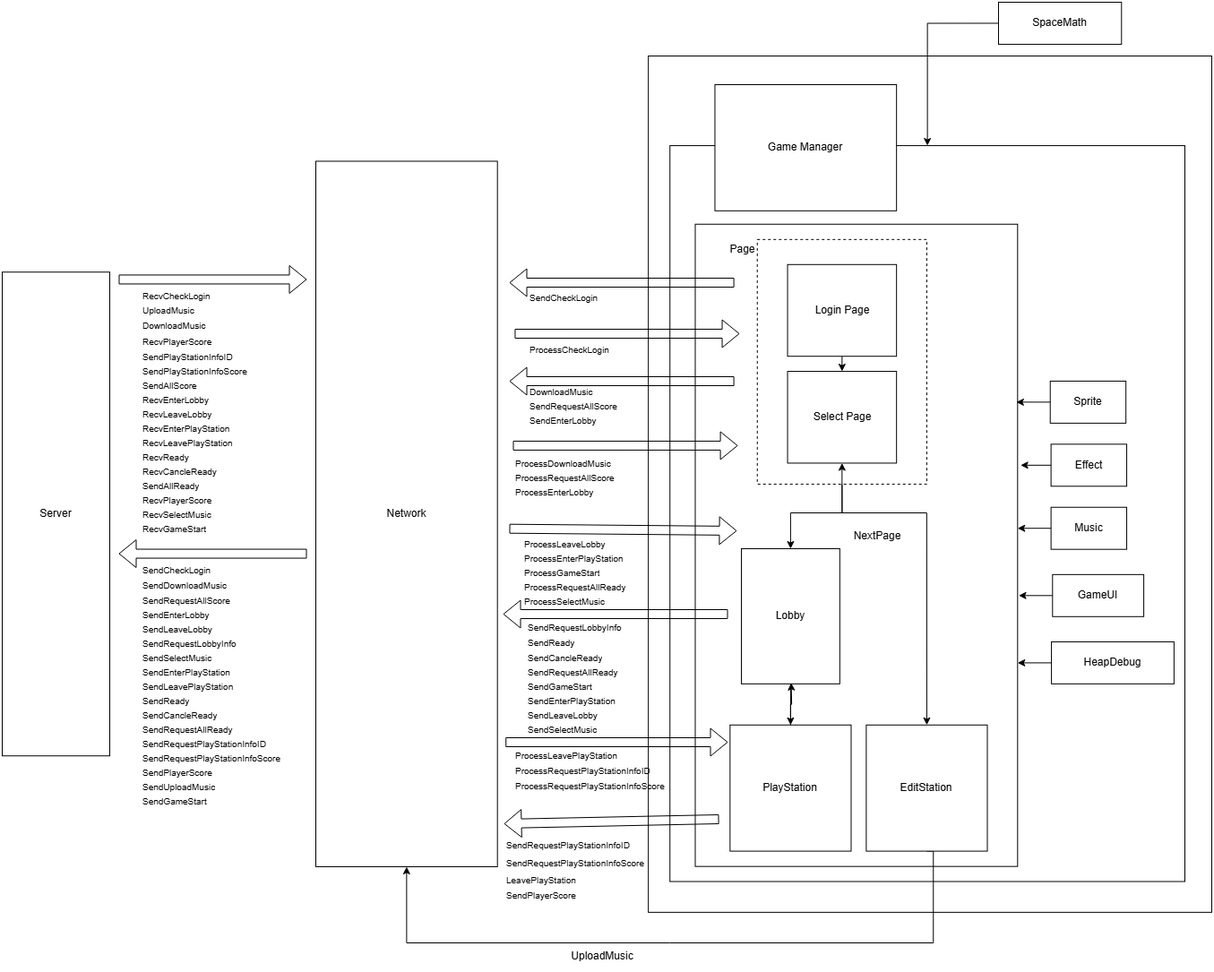
Before: drawio/HLD2.drawio (1).png, a diagram exported from draw.io (rmrgns/NetGameTeamProject). Source tidied: cells renumbered, new cells last; positions are measured from the earlier drawing's top-left corner, leaving out a move shared by most shapes.
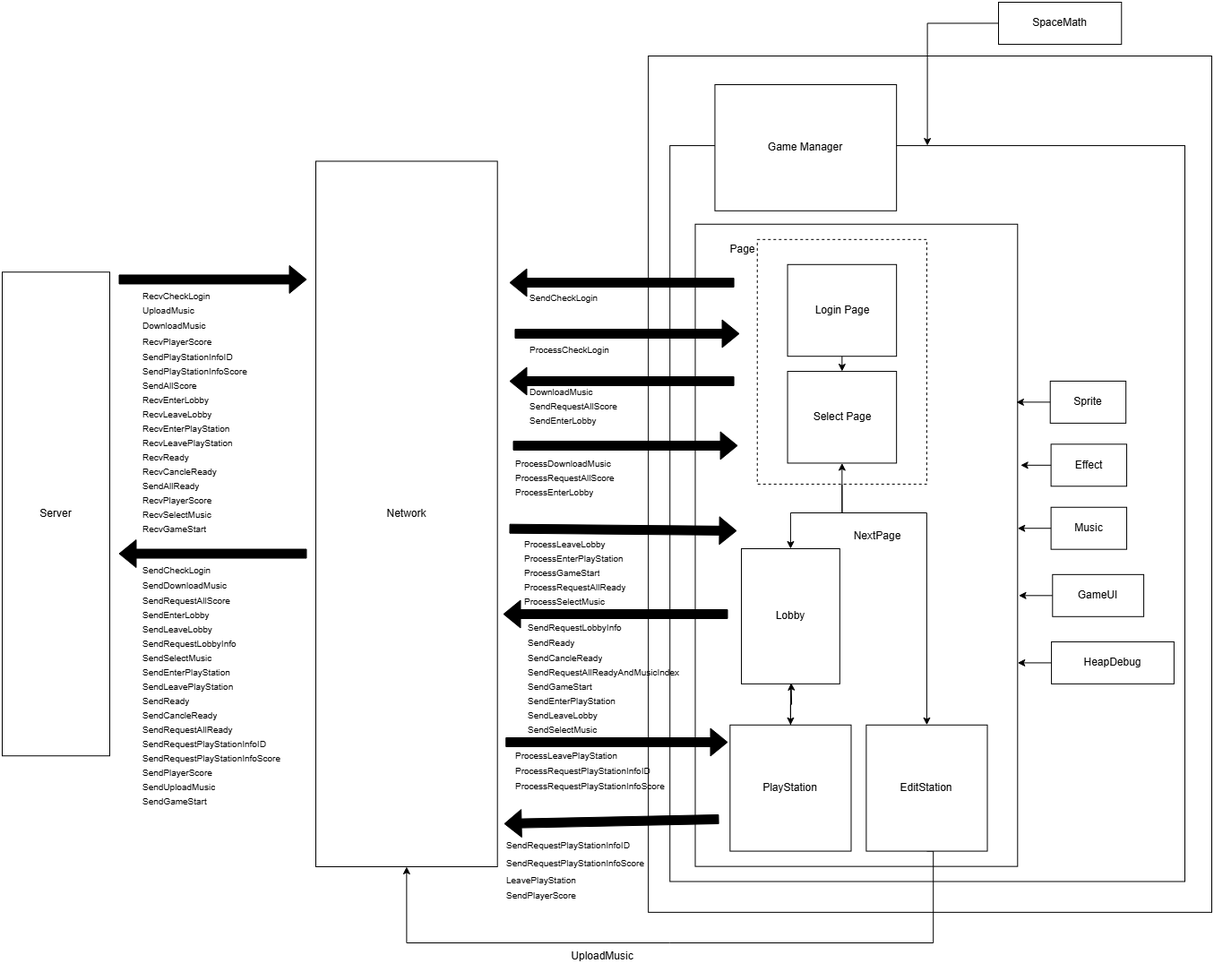
The same diagram one commit later.

Commit message:
Update 추진계획서

Diff of the diagram source:
```diff
@@ -159,13 +159,13 @@
     <mxCell id="45" value="SendPlayerScore" style="shape=partialRectangle;html=1;whiteSpace=wrap;strokeColor=inherit;overflow=hidden;fillColor=none;top=0;left=0;bottom=0;right=0;fontSize=10;align=left;spacingLeft=5;" parent="44" vertex="1">
       <mxGeometry width="204" height="16" as="geometry" />
     </mxCell>
-    <mxCell id="46" style="shape=flexArrow;endArrow=classic;html=1;rounded=0;" parent="1" edge="1">
+    <mxCell id="46" style="shape=flexArrow;endArrow=classic;html=1;rounded=0;fillColor=#000000;" parent="1" edge="1">
       <mxGeometry relative="1" as="geometry">
         <mxPoint x="800" y="912" as="sourcePoint" />
         <mxPoint x="560" y="917" as="targetPoint" />
       </mxGeometry>
     </mxCell>
-    <mxCell id="47" style="shape=flexArrow;endArrow=classic;html=1;rounded=0;" parent="1" edge="1">
+    <mxCell id="47" style="shape=flexArrow;endArrow=classic;html=1;rounded=0;fillColor=#000000;" parent="1" edge="1">
       <mxGeometry relative="1" as="geometry">
         <mxPoint x="561.8" y="826" as="sourcePoint" />
         <mxPoint x="810" y="826" as="targetPoint" />
@@ -192,68 +192,68 @@
     <mxCell id="54" value="ProcessRequestPlayStationInfoScore" style="shape=partialRectangle;html=1;whiteSpace=wrap;strokeColor=inherit;overflow=hidden;fillColor=none;top=0;left=0;bottom=0;right=0;fontSize=10;align=left;spacingLeft=5;" parent="53" vertex="1">
       <mxGeometry width="184" height="16" as="geometry" />
     </mxCell>
-    <mxCell id="55" style="shape=flexArrow;endArrow=classic;html=1;rounded=0;" parent="1" edge="1">
+    <mxCell id="55" style="shape=flexArrow;endArrow=classic;html=1;rounded=0;fillColor=#000000;" parent="1" edge="1">
       <mxGeometry relative="1" as="geometry">
         <mxPoint x="566" y="587.7" as="sourcePoint" />
         <mxPoint x="820" y="590" as="targetPoint" />
       </mxGeometry>
     </mxCell>
-    <mxCell id="56" style="shape=flexArrow;endArrow=classic;html=1;rounded=0;" parent="1" edge="1">
+    <mxCell id="56" style="shape=flexArrow;endArrow=classic;html=1;rounded=0;fillColor=#000000;" parent="1" edge="1">
       <mxGeometry relative="1" as="geometry">
         <mxPoint x="810" y="683" as="sourcePoint" />
         <mxPoint x="559" y="683" as="targetPoint" />
       </mxGeometry>
     </mxCell>
     <mxCell id="57" style="shape=table;startSize=0;fontSize=11;fillColor=none;strokeColor=none;" parent="1" vertex="1">
-      <mxGeometry x="580" y="690.4" width="127.3" height="130" as="geometry" />
+      <mxGeometry x="580" y="690.4" width="210" height="130" as="geometry" />
     </mxCell>
     <mxCell id="58" style="shape=tableRow;horizontal=0;startSize=0;swimlaneHead=0;swimlaneBody=0;strokeColor=inherit;top=0;left=0;bottom=0;right=0;fillColor=none;fontSize=16;" parent="57" vertex="1">
-      <mxGeometry width="127.3" height="16" as="geometry" />
+      <mxGeometry width="210" height="16" as="geometry" />
     </mxCell>
     <mxCell id="59" value="SendRequestLobbyInfo" style="shape=partialRectangle;html=1;whiteSpace=wrap;strokeColor=inherit;overflow=hidden;fillColor=none;top=0;left=0;bottom=0;right=0;fontSize=10;align=left;spacingLeft=5;" parent="58" vertex="1">
-      <mxGeometry width="127" height="16" as="geometry" />
+      <mxGeometry width="210" height="16" as="geometry" />
     </mxCell>
     <mxCell id="60" style="shape=tableRow;horizontal=0;startSize=0;swimlaneHead=0;swimlaneBody=0;strokeColor=inherit;top=0;left=0;bottom=0;right=0;fillColor=none;fontSize=16;" parent="57" vertex="1">
-      <mxGeometry y="16" width="127.3" height="18" as="geometry" />
+      <mxGeometry y="16" width="210" height="18" as="geometry" />
     </mxCell>
     <mxCell id="61" value="SendReady" style="shape=partialRectangle;html=1;whiteSpace=wrap;strokeColor=inherit;overflow=hidden;fillColor=none;top=0;left=0;bottom=0;right=0;fontSize=10;align=left;spacingLeft=5;" parent="60" vertex="1">
-      <mxGeometry width="127" height="18" as="geometry" />
+      <mxGeometry width="210" height="18" as="geometry" />
     </mxCell>
     <mxCell id="62" style="shape=tableRow;horizontal=0;startSize=0;swimlaneHead=0;swimlaneBody=0;strokeColor=inherit;top=0;left=0;bottom=0;right=0;fillColor=none;fontSize=16;" parent="57" vertex="1">
-      <mxGeometry y="34" width="127.3" height="16" as="geometry" />
+      <mxGeometry y="34" width="210" height="16" as="geometry" />
     </mxCell>
     <mxCell id="63" value="SendCancleReady" style="shape=partialRectangle;html=1;whiteSpace=wrap;strokeColor=inherit;overflow=hidden;fillColor=none;top=0;left=0;bottom=0;right=0;fontSize=10;align=left;spacingLeft=5;" parent="62" vertex="1">
-      <mxGeometry width="127" height="16" as="geometry" />
+      <mxGeometry width="210" height="16" as="geometry" />
     </mxCell>
     <mxCell id="64" style="shape=tableRow;horizontal=0;startSize=0;swimlaneHead=0;swimlaneBody=0;strokeColor=inherit;top=0;left=0;bottom=0;right=0;fillColor=none;fontSize=16;" parent="57" vertex="1">
-      <mxGeometry y="50" width="127.3" height="16" as="geometry" />
+      <mxGeometry y="50" width="210" height="16" as="geometry" />
     </mxCell>
-    <mxCell id="65" value="SendRequestAllReady" style="shape=partialRectangle;html=1;whiteSpace=wrap;strokeColor=inherit;overflow=hidden;fillColor=none;top=0;left=0;bottom=0;right=0;fontSize=10;align=left;spacingLeft=5;" parent="64" vertex="1">
-      <mxGeometry width="127" height="16" as="geometry" />
+    <mxCell id="65" value="SendRequestAllReadyAndMusicIndex" style="shape=partialRectangle;html=1;whiteSpace=wrap;strokeColor=inherit;overflow=hidden;fillColor=none;top=0;left=0;bottom=0;right=0;fontSize=10;align=left;spacingLeft=5;" parent="64" vertex="1">
+      <mxGeometry width="210" height="16" as="geometry" />
     </mxCell>
     <mxCell id="66" style="shape=tableRow;horizontal=0;startSize=0;swimlaneHead=0;swimlaneBody=0;strokeColor=inherit;top=0;left=0;bottom=0;right=0;fillColor=none;fontSize=16;" parent="57" vertex="1">
-      <mxGeometry y="66" width="127.3" height="16" as="geometry" />
+      <mxGeometry y="66" width="210" height="16" as="geometry" />
     </mxCell>
     <mxCell id="67" value="SendGameStart" style="shape=partialRectangle;html=1;whiteSpace=wrap;strokeColor=inherit;overflow=hidden;fillColor=none;top=0;left=0;bottom=0;right=0;fontSize=10;align=left;spacingLeft=5;" parent="66" vertex="1">
-      <mxGeometry width="127" height="16" as="geometry" />
+      <mxGeometry width="210" height="16" as="geometry" />
     </mxCell>
     <mxCell id="68" style="shape=tableRow;horizontal=0;startSize=0;swimlaneHead=0;swimlaneBody=0;strokeColor=inherit;top=0;left=0;bottom=0;right=0;fillColor=none;fontSize=16;" parent="57" vertex="1">
-      <mxGeometry y="82" width="127.3" height="16" as="geometry" />
+      <mxGeometry y="82" width="210" height="16" as="geometry" />
     </mxCell>
     <mxCell id="69" value="&lt;div&gt;SendEnterPlayStation&lt;/div&gt;" style="shape=partialRectangle;html=1;whiteSpace=wrap;strokeColor=inherit;overflow=hidden;fillColor=none;top=0;left=0;bottom=0;right=0;fontSize=10;align=left;spacingLeft=5;" parent="68" vertex="1">
-      <mxGeometry width="127" height="16" as="geometry" />
+      <mxGeometry width="210" height="16" as="geometry" />
     </mxCell>
     <mxCell id="70" style="shape=tableRow;horizontal=0;startSize=0;swimlaneHead=0;swimlaneBody=0;strokeColor=inherit;top=0;left=0;bottom=0;right=0;fillColor=none;fontSize=16;" parent="57" vertex="1">
-      <mxGeometry y="98" width="127.3" height="16" as="geometry" />
+      <mxGeometry y="98" width="210" height="16" as="geometry" />
     </mxCell>
     <mxCell id="71" value="SendLeaveLobby" style="shape=partialRectangle;html=1;whiteSpace=wrap;strokeColor=inherit;overflow=hidden;fillColor=none;top=0;left=0;bottom=0;right=0;fontSize=10;align=left;spacingLeft=5;" parent="70" vertex="1">
-      <mxGeometry width="127" height="16" as="geometry" />
+      <mxGeometry width="210" height="16" as="geometry" />
     </mxCell>
     <mxCell id="72" style="shape=tableRow;horizontal=0;startSize=0;swimlaneHead=0;swimlaneBody=0;strokeColor=inherit;top=0;left=0;bottom=0;right=0;fillColor=none;fontSize=16;" parent="57" vertex="1">
-      <mxGeometry y="114" width="127.3" height="16" as="geometry" />
+      <mxGeometry y="114" width="210" height="16" as="geometry" />
     </mxCell>
     <mxCell id="73" value="SendSelectMusic" style="shape=partialRectangle;html=1;whiteSpace=wrap;strokeColor=inherit;overflow=hidden;fillColor=none;top=0;left=0;bottom=0;right=0;fontSize=10;align=left;spacingLeft=5;" parent="72" vertex="1">
-      <mxGeometry width="127" height="16" as="geometry" />
+      <mxGeometry width="210" height="16" as="geometry" />
     </mxCell>
     <mxCell id="74" style="shape=table;startSize=0;fontSize=11;fillColor=none;strokeColor=none;" parent="1" vertex="1">
       <mxGeometry x="581.9" y="380" width="127.3" height="16" as="geometry" />
@@ -297,7 +297,7 @@
     <mxCell id="87" value="ProcessSelectMusic" style="shape=partialRectangle;html=1;whiteSpace=wrap;strokeColor=inherit;overflow=hidden;fillColor=none;top=0;left=0;bottom=0;right=0;fontSize=10;align=left;spacingLeft=5;" parent="86" vertex="1">
       <mxGeometry width="143" height="16" as="geometry" />
     </mxCell>
-    <mxCell id="88" style="shape=flexArrow;endArrow=classic;html=1;rounded=0;entryX=-0.013;entryY=0.168;entryDx=0;entryDy=0;entryPerimeter=0;" parent="1" edge="1">
+    <mxCell id="88" style="shape=flexArrow;endArrow=classic;html=1;rounded=0;entryX=-0.013;entryY=0.168;entryDx=0;entryDy=0;entryPerimeter=0;fillColor=#000000;" parent="1" edge="1">
       <mxGeometry relative="1" as="geometry">
         <mxPoint x="572" y="370" as="sourcePoint" />
         <mxPoint x="823" y="370" as="targetPoint" />
@@ -306,44 +306,44 @@
     <mxCell id="89" value="SendCheckLogin" style="shape=partialRectangle;html=1;whiteSpace=wrap;strokeColor=inherit;overflow=hidden;fillColor=none;top=0;left=0;bottom=0;right=0;fontSize=10;align=left;spacingLeft=5;" parent="1" vertex="1">
       <mxGeometry x="582.2" y="322.2" width="127" height="16" as="geometry" />
     </mxCell>
-    <mxCell id="90" style="shape=flexArrow;endArrow=classic;html=1;rounded=0;entryX=-0.013;entryY=0.168;entryDx=0;entryDy=0;entryPerimeter=0;" parent="1" edge="1">
+    <mxCell id="90" style="shape=flexArrow;endArrow=classic;html=1;rounded=0;entryX=-0.013;entryY=0.168;entryDx=0;entryDy=0;entryPerimeter=0;fillColor=#000000;" parent="1" edge="1">
       <mxGeometry relative="1" as="geometry">
         <mxPoint x="817.1" y="313" as="sourcePoint" />
         <mxPoint x="566" y="313" as="targetPoint" />
       </mxGeometry>
     </mxCell>
-    <mxCell id="91" style="shape=flexArrow;endArrow=classic;html=1;rounded=0;entryX=-0.013;entryY=0.168;entryDx=0;entryDy=0;entryPerimeter=0;" parent="1" edge="1">
+    <mxCell id="91" style="shape=flexArrow;endArrow=classic;html=1;rounded=0;entryX=-0.013;entryY=0.168;entryDx=0;entryDy=0;entryPerimeter=0;fillColor=#000000;" parent="1" edge="1">
       <mxGeometry relative="1" as="geometry">
         <mxPoint x="570" y="494.9" as="sourcePoint" />
         <mxPoint x="821.1" y="494.9" as="targetPoint" />
       </mxGeometry>
     </mxCell>
-    <mxCell id="92" style="shape=flexArrow;endArrow=classic;html=1;rounded=0;entryX=-0.013;entryY=0.168;entryDx=0;entryDy=0;entryPerimeter=0;" parent="1" edge="1">
+    <mxCell id="92" style="shape=flexArrow;endArrow=classic;html=1;rounded=0;entryX=-0.013;entryY=0.168;entryDx=0;entryDy=0;entryPerimeter=0;fillColor=#000000;" parent="1" edge="1">
       <mxGeometry relative="1" as="geometry">
         <mxPoint x="817.1" y="423" as="sourcePoint" />
         <mxPoint x="566" y="423" as="targetPoint" />
       </mxGeometry>
     </mxCell>
     <mxCell id="93" style="shape=table;startSize=0;fontSize=11;fillColor=none;strokeColor=none;" parent="1" vertex="1">
-      <mxGeometry x="581.9" y="426.9" width="127.3" height="48" as="geometry" />
+      <mxGeometry x="581.9" y="426.9" width="128.4" height="48" as="geometry" />
     </mxCell>
     <mxCell id="94" style="shape=tableRow;horizontal=0;startSize=0;swimlaneHead=0;swimlaneBody=0;strokeColor=inherit;top=0;left=0;bottom=0;right=0;fillColor=none;fontSize=16;" parent="93" vertex="1">
-      <mxGeometry width="127.3" height="16" as="geometry" />
+      <mxGeometry width="128.4" height="16" as="geometry" />
     </mxCell>
     <mxCell id="95" value="DownloadMusic" style="shape=partialRectangle;html=1;whiteSpace=wrap;strokeColor=inherit;overflow=hidden;fillColor=none;top=0;left=0;bottom=0;right=0;fontSize=10;align=left;spacingLeft=5;" parent="94" vertex="1">
-      <mxGeometry width="127" height="16" as="geometry" />
+      <mxGeometry width="128" height="16" as="geometry" />
     </mxCell>
     <mxCell id="96" style="shape=tableRow;horizontal=0;startSize=0;swimlaneHead=0;swimlaneBody=0;strokeColor=inherit;top=0;left=0;bottom=0;right=0;fillColor=none;fontSize=16;" parent="93" vertex="1">
-      <mxGeometry y="16" width="127.3" height="16" as="geometry" />
+      <mxGeometry y="16" width="128.4" height="16" as="geometry" />
     </mxCell>
     <mxCell id="97" value="SendRequestAllScore" style="shape=partialRectangle;html=1;whiteSpace=wrap;strokeColor=inherit;overflow=hidden;fillColor=none;top=0;left=0;bottom=0;right=0;fontSize=10;align=left;spacingLeft=5;" parent="96" vertex="1">
-      <mxGeometry width="127" height="16" as="geometry" />
+      <mxGeometry width="128" height="16" as="geometry" />
     </mxCell>
     <mxCell id="98" style="shape=tableRow;horizontal=0;startSize=0;swimlaneHead=0;swimlaneBody=0;strokeColor=inherit;top=0;left=0;bottom=0;right=0;fillColor=none;fontSize=16;" parent="93" vertex="1">
-      <mxGeometry y="32" width="127.3" height="16" as="geometry" />
+      <mxGeometry y="32" width="128.4" height="16" as="geometry" />
     </mxCell>
     <mxCell id="99" value="SendEnterLobby" style="shape=partialRectangle;html=1;whiteSpace=wrap;strokeColor=inherit;overflow=hidden;fillColor=none;top=0;left=0;bottom=0;right=0;fontSize=10;align=left;spacingLeft=5;" parent="98" vertex="1">
-      <mxGeometry width="127" height="16" as="geometry" />
+      <mxGeometry width="128" height="16" as="geometry" />
     </mxCell>
     <mxCell id="100" style="shape=table;startSize=0;fontSize=11;fillColor=none;strokeColor=none;" parent="1" vertex="1">
       <mxGeometry x="565.7" y="507" width="127.3" height="48" as="geometry" />
@@ -471,13 +471,13 @@
     <mxCell id="141" value="SendGameStart" style="shape=partialRectangle;html=1;whiteSpace=wrap;strokeColor=inherit;overflow=hidden;fillColor=none;top=0;left=0;bottom=0;right=0;fontSize=10;align=left;spacingLeft=5;" parent="140" vertex="1">
       <mxGeometry width="180" height="16" as="geometry" />
     </mxCell>
-    <mxCell id="142" style="shape=flexArrow;endArrow=classic;html=1;rounded=0;" parent="1" edge="1">
+    <mxCell id="142" style="shape=flexArrow;endArrow=classic;html=1;rounded=0;fillColor=#000000;" parent="1" edge="1">
       <mxGeometry relative="1" as="geometry">
         <mxPoint x="130" y="309.5" as="sourcePoint" />
         <mxPoint x="340" y="309.5" as="targetPoint" />
       </mxGeometry>
     </mxCell>
-    <mxCell id="143" style="shape=flexArrow;endArrow=classic;html=1;rounded=0;" parent="1" edge="1">
+    <mxCell id="143" style="shape=flexArrow;endArrow=classic;html=1;rounded=0;fillColor=#000000;" parent="1" edge="1">
       <mxGeometry relative="1" as="geometry">
         <mxPoint x="340" y="615.6" as="sourcePoint" />
         <mxPoint x="130" y="615.6" as="targetPoint" />
```
